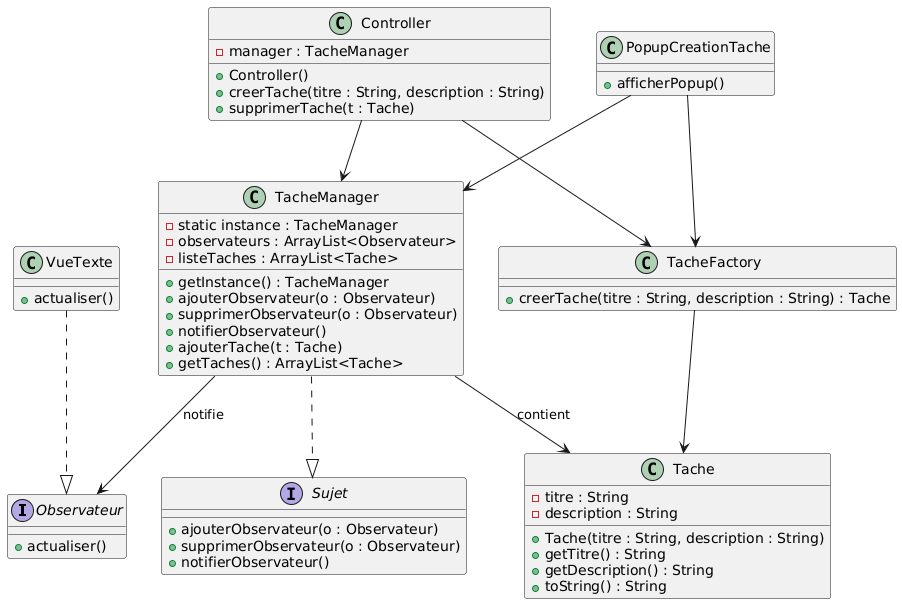
The PlantUML diagram Document/Iteration1/classeite1.png in Fhm11/SAE.S3.01_meziani_coquin_valeur-maseilli_khalfouni, before a commit.
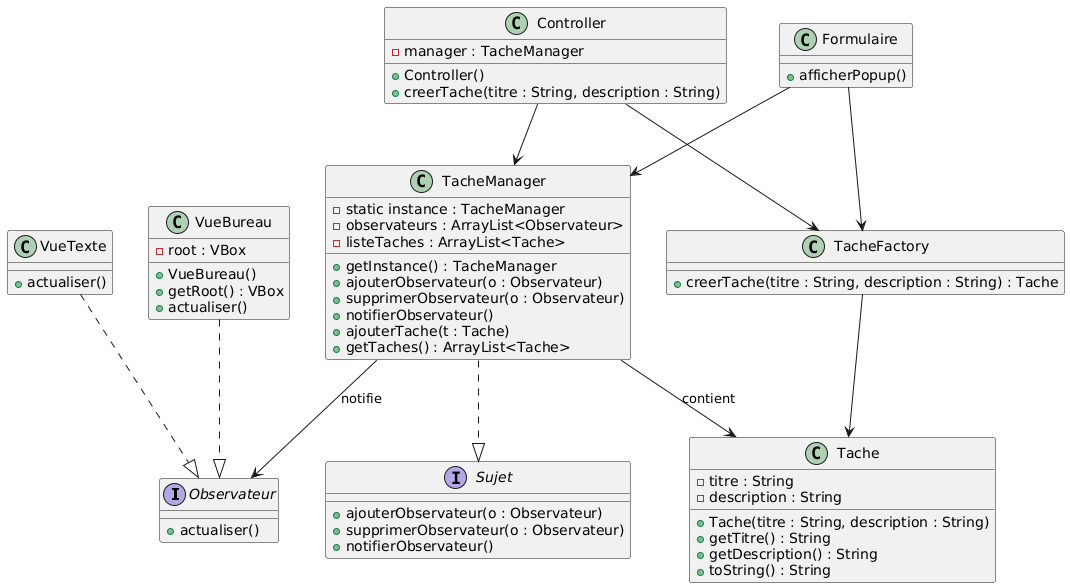
After the change.

What changed in the source:
```diff
@@ -42,22 +42,29 @@
         - manager : TacheManager
         + Controller()
         + creerTache(titre : String, description : String)
-        + supprimerTache(t : Tache)
     }
 
-    class PopupCreationTache {
+    class Formulaire {
         + afficherPopup()
     }
+
+    class VueBureau {
+    - root : VBox
+    + VueBureau()
+    + getRoot() : VBox
+    + actualiser()
+}
 
 
 
     TacheFactory --> Tache
     Controller --> TacheFactory
     Controller --> TacheManager
-    PopupCreationTache --> TacheFactory
-    PopupCreationTache --> TacheManager
+    Formulaire --> TacheFactory
+    Formulaire --> TacheManager
 
     VueTexte ..|> Observateur
+    VueBureau ..|> Observateur
     TacheManager ..|> Sujet
     TacheManager --> Observateur : notifie
     TacheManager --> Tache : contient
```
